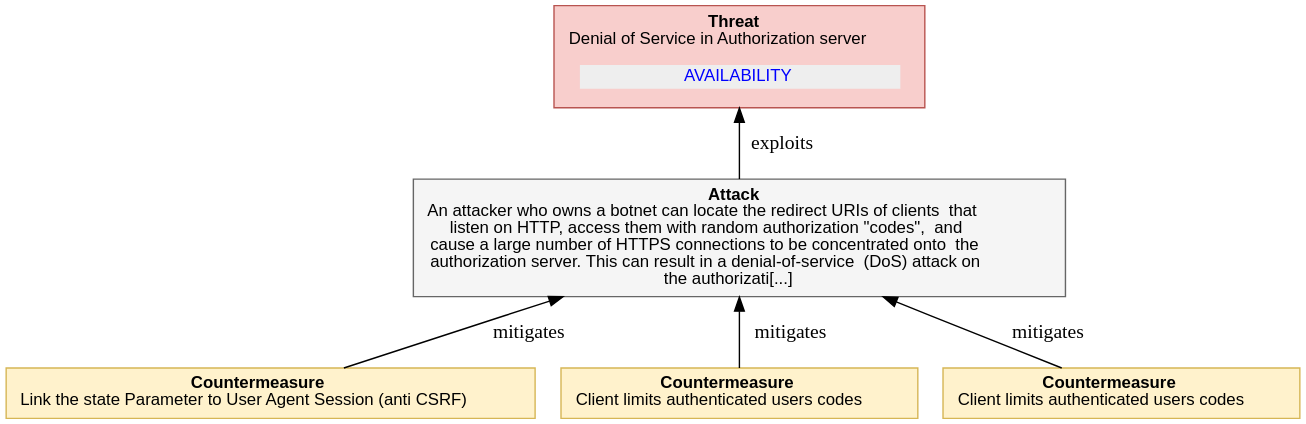
The PlantUML diagram report-examples/OAuth2/img/threatTree/4_4_1_12_DOS2.svg in DavidCervigni/threat-models, before a commit. Its source is kept beside it as report-examples/OAuth2/img/threatTree/4_4_1_12_DOS2.puml.
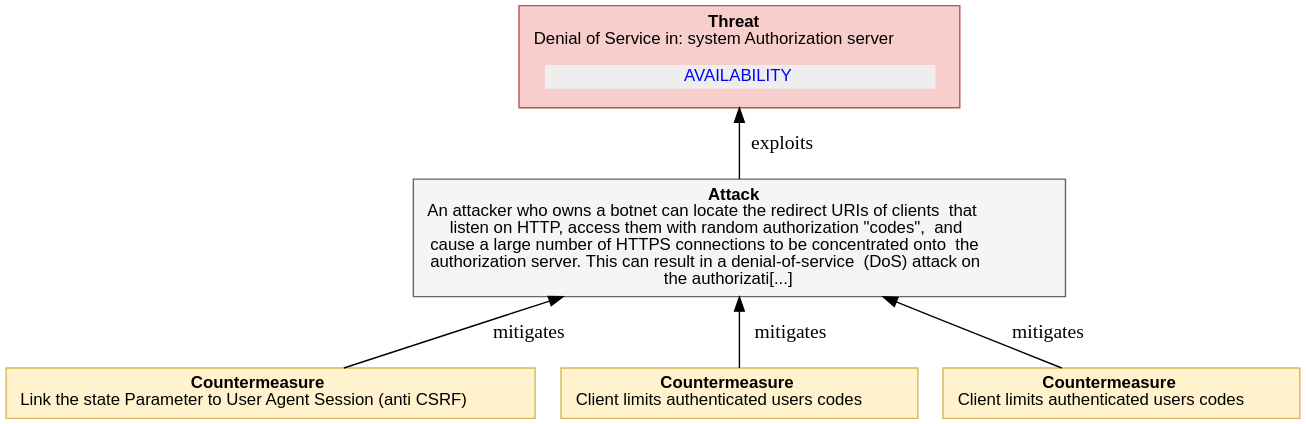
After the commit.

Diff of the diagram source:
```diff
@@ -7,7 +7,7 @@
     <<table border="0" cellborder="0" cellspacing="0">
      <tr><td align="center"><b>Threat</b><br/>
 
-Denial of Service in Authorization server
+Denial of Service in: system Authorization server
 </td></tr>
      <tr><td><table border="0" cellborder="0" cellspacing="8"><tr>
                 ret += secObj.linkedImpactMDText()
```
